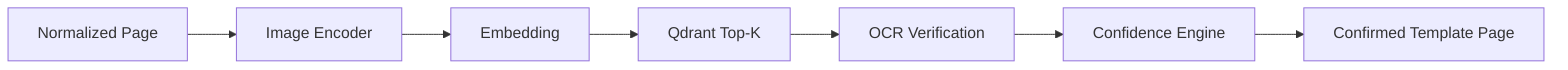
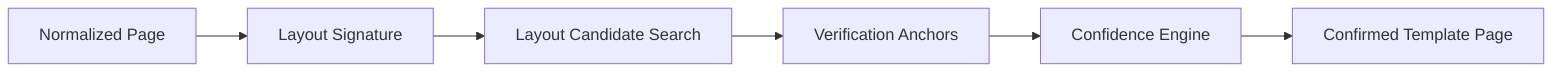
flowchart LR
-   A[Normalized Page] --> B[Image Encoder]
-   B --> C[Embedding]
-   C --> D[Qdrant Top-K]
-   D --> E[OCR Verification]
-   E --> F[Confidence Engine]
-   F --> G[Confirmed Template Page]
+   A[Normalized Page] --> B[Layout Signature]
+   B --> C[Layout Candidate Search]
+   C --> D[Verification Anchors]
+   D --> E[Confidence Engine]
+   E --> F[Confirmed Template Page]
